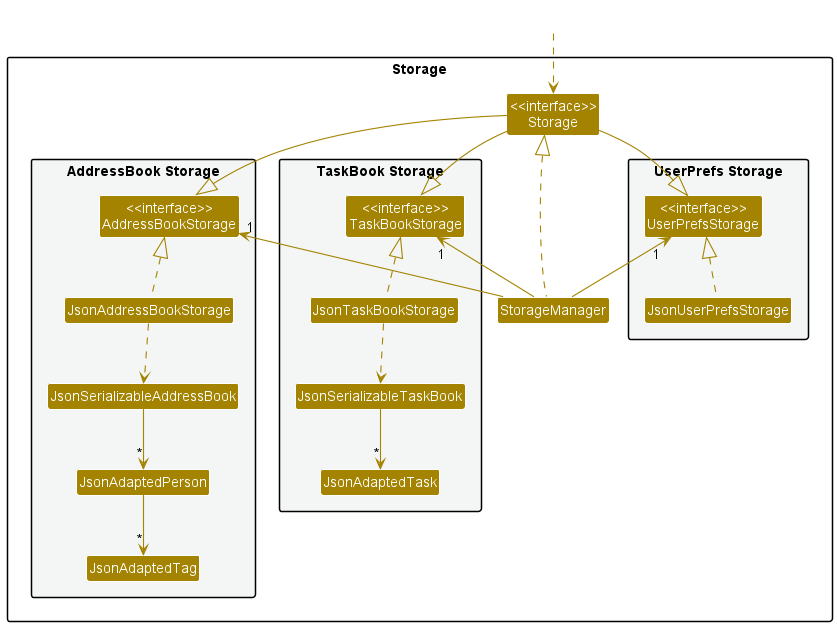
This is docs/images/StorageClassDiagram.png from nus-cs2103-AY2223S1/tp, a PlantUML export, as it was before one commit.
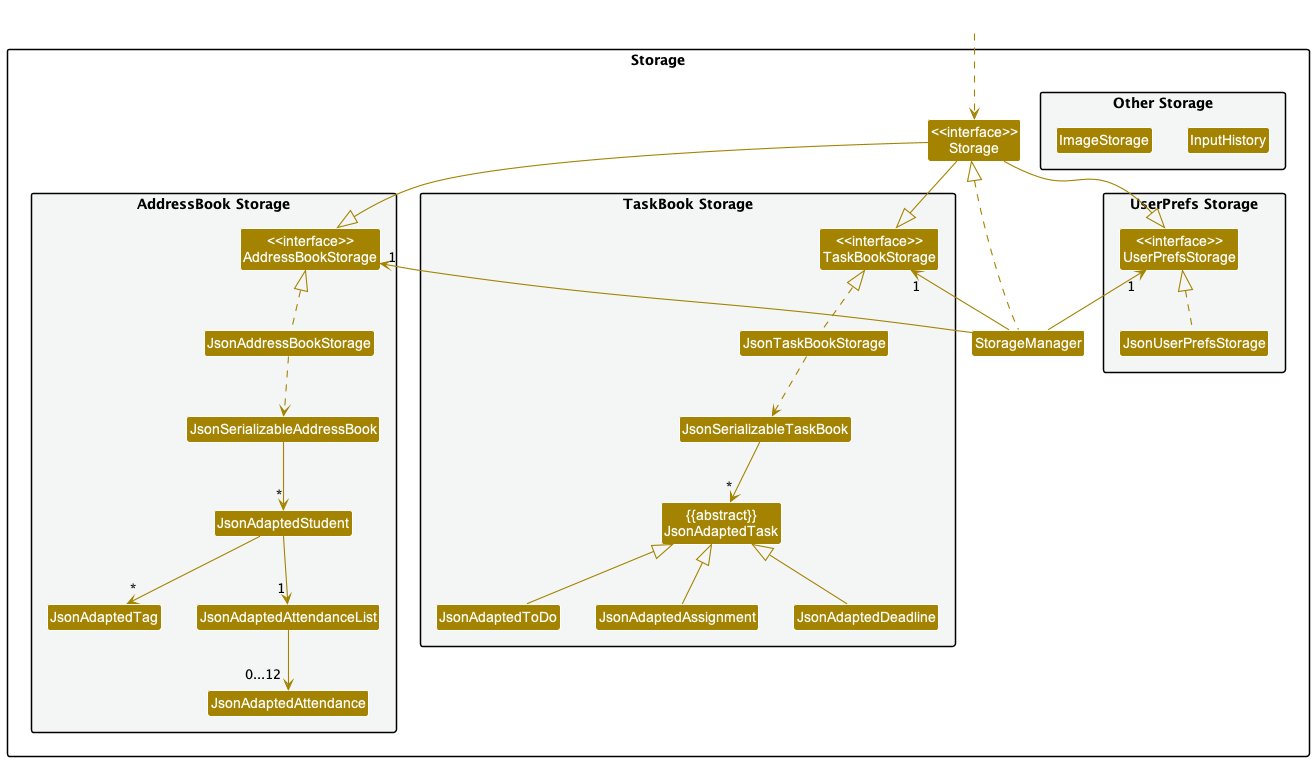
After the change.

Diff of the diagram source:
```diff
@@ -18,15 +18,25 @@
 Class "<<interface>>\nAddressBookStorage" as AddressBookStorage
 Class JsonAddressBookStorage
 Class JsonSerializableAddressBook
-Class JsonAdaptedPerson
+Class JsonAdaptedStudent
 Class JsonAdaptedTag
+Class JsonAdaptedAttendanceList
+Class JsonAdaptedAttendance
 }
 
 package "TaskBook Storage" #F4F6F6{
 Class "<<interface>>\nTaskBookStorage" as TaskBookStorage
 Class JsonTaskBookStorage
 Class JsonSerializableTaskBook
-Class JsonAdaptedTask
+Class "{{abstract}}\nJsonAdaptedTask" as JsonAdaptedTask
+Class JsonAdaptedDeadline
+Class JsonAdaptedToDo
+Class JsonAdaptedAssignment
+}
+
+package "Other Storage" #F4F6F6 {
+Class InputHistory
+Class ImageStorage
 }
 
 }
@@ -46,12 +56,21 @@
 JsonUserPrefsStorage .up.|> UserPrefsStorage
 JsonAddressBookStorage .up.|> AddressBookStorage
 JsonAddressBookStorage ..> JsonSerializableAddressBook
-JsonSerializableAddressBook --> "*" JsonAdaptedPerson
-JsonAdaptedPerson --> "*" JsonAdaptedTag
+JsonSerializableAddressBook --> "*" JsonAdaptedStudent
+JsonAdaptedStudent --> "*" JsonAdaptedTag
+JsonAdaptedStudent --> "1" JsonAdaptedAttendanceList
+JsonAdaptedAttendanceList --> "0...12" JsonAdaptedAttendance
+
+
 
 JsonTaskBookStorage .up.|> TaskBookStorage
 JsonTaskBookStorage ..> JsonSerializableTaskBook
 JsonSerializableTaskBook --> "*" JsonAdaptedTask
+
+JsonAdaptedDeadline -up-|> JsonAdaptedTask
+JsonAdaptedToDo -up-|> JsonAdaptedTask
+JsonAdaptedAssignment -up-|> JsonAdaptedTask
+
 
 Storage -[hidden]-> StorageManager
 AddressBookStorage -[hidden]right-> TaskBookStorage
```
